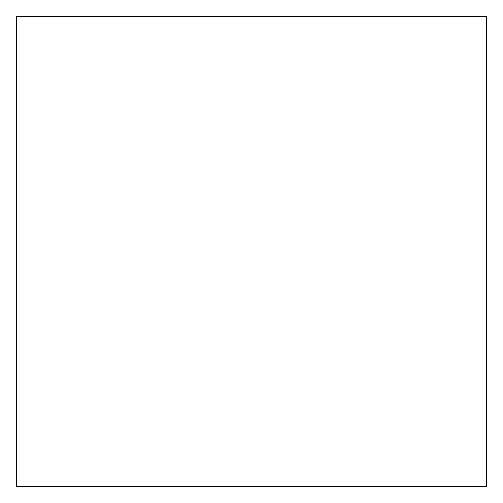
Earlier version of the draw.io diagram Untitled Diagram.drawio (Peekome20111029/Peeko). Source tidied: cells renumbered, new cells numbered last; positions are measured from the earlier drawing's top-left corner, leaving out a move shared by most shapes. Both pictures are drawn from the tidied source at 100%, with x=0, y=0 at pixel (16, 16).
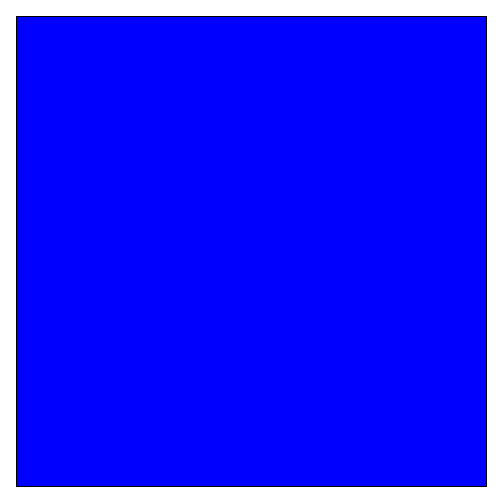
Above is the later version.

Diff of the diagram source:
```diff
@@
 <mxGraphModel>
   <root>
     <mxCell id="0" />
     <mxCell id="1" parent="0" />
-    <mxCell id="2" style="whiteSpace=wrap;html=1;" parent="1" vertex="1">
+    <mxCell id="2" style="whiteSpace=wrap;html=1;fillColor=#00f;" parent="1" vertex="1">
       <mxGeometry width="470" height="470" as="geometry" />
     </mxCell>
   </root>
 </mxGraphModel>
```
